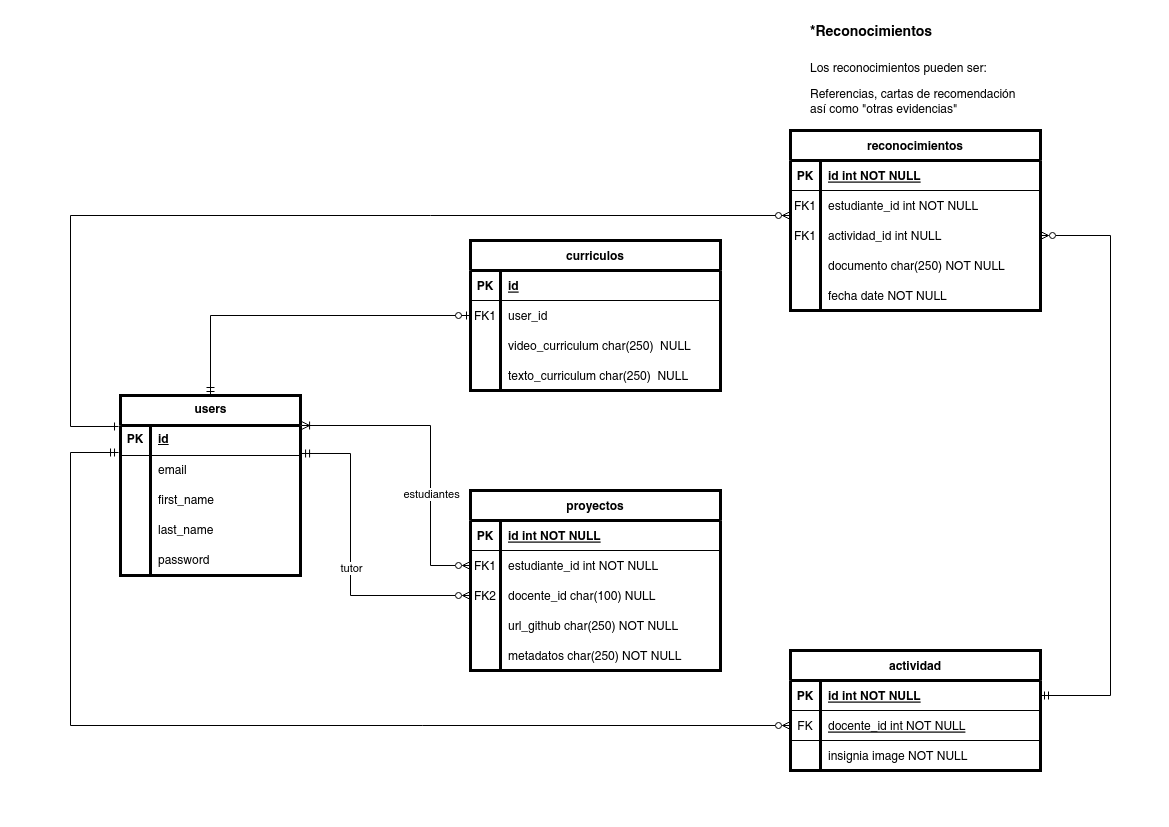
Above: documentos/marcapersonalFP.drawio.png in Zaidanxp/marcapersonalFP_REA (draw.io), before the change. Source tidied: cells renumbered, new cells last; positions are measured from the earlier drawing's top-left corner, leaving out a move shared by most shapes.
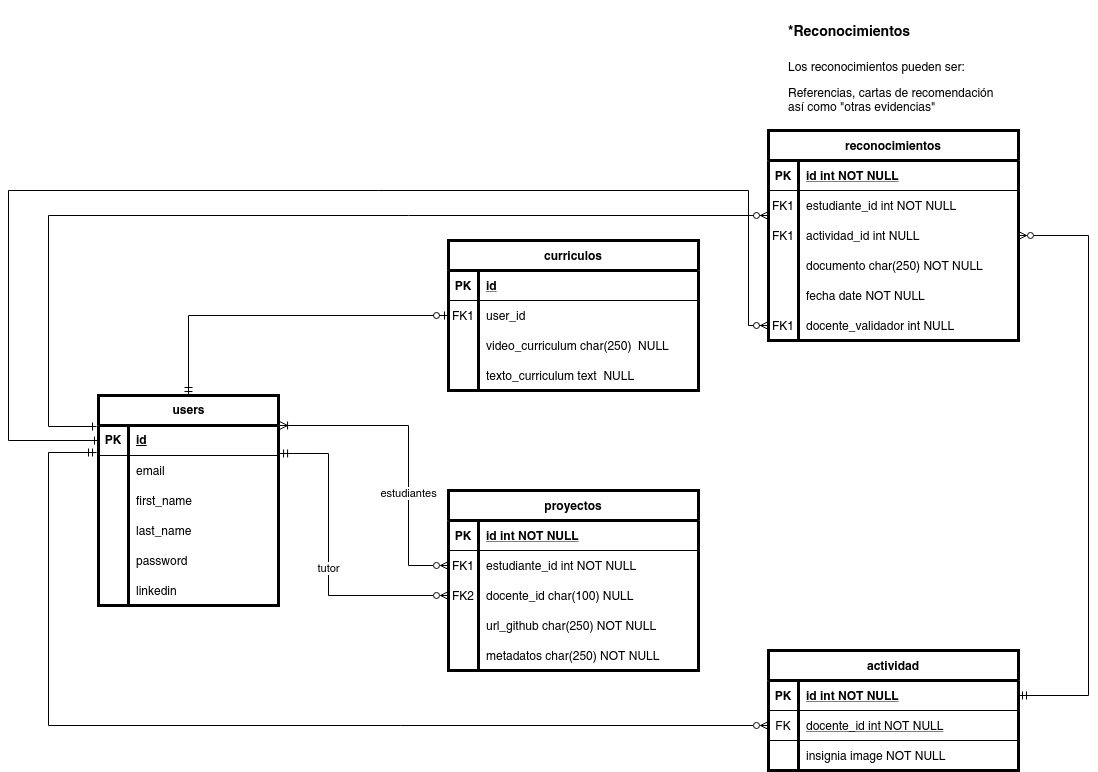
The same diagram one commit later.

Commit message:
Actualizando diagramas de clase y de bases de datos

What changed in the source:
```diff
@@ -19,7 +19,7 @@
       </mxGeometry>
     </mxCell>
     <mxCell id="4" value="reconocimientos" style="shape=table;startSize=30;rowLines=0;fontStyle=1;align=center;strokeWidth=3;" parent="1" vertex="1">
-      <mxGeometry x="720" y="120" width="250" height="180" as="geometry" />
+      <mxGeometry x="720" y="120" width="250" height="210" as="geometry" />
     </mxCell>
     <mxCell id="5" style="shape=partialRectangle;fillColor=none;top=0;left=0;right=0;bottom=1;" parent="4" vertex="1">
       <mxGeometry y="30" width="250" height="30" as="geometry" />
@@ -66,6 +66,15 @@
     <mxCell id="19" value="fecha date NOT NULL" style="shape=partialRectangle;overflow=hidden;fillColor=none;top=0;left=0;bottom=0;right=0;align=left;spacingLeft=6;" parent="17" vertex="1">
       <mxGeometry x="30" width="220" height="30" as="geometry" />
     </mxCell>
+    <mxCell id="82" style="shape=partialRectangle;fillColor=none;points=[[0,0.5],[1,0.5]];portConstraint=eastwest;top=0;left=0;right=0;bottom=0;" parent="4" vertex="1">
+      <mxGeometry y="180" width="250" height="30" as="geometry" />
+    </mxCell>
+    <mxCell id="83" value="FK1" style="shape=partialRectangle;overflow=hidden;fillColor=none;top=0;left=0;bottom=0;right=0;" parent="82" vertex="1">
+      <mxGeometry width="30" height="30" as="geometry" />
+    </mxCell>
+    <mxCell id="84" value="docente_validador int NULL" style="shape=partialRectangle;overflow=hidden;fillColor=none;top=0;left=0;bottom=0;right=0;align=left;spacingLeft=6;" parent="82" vertex="1">
+      <mxGeometry x="30" width="220" height="30" as="geometry" />
+    </mxCell>
     <mxCell id="20" value="actividad" style="shape=table;startSize=30;rowLines=0;fontStyle=1;align=center;strokeWidth=3;" parent="1" vertex="1">
       <mxGeometry x="720" y="640" width="250" height="120" as="geometry" />
     </mxCell>
@@ -132,7 +141,7 @@
     <mxCell id="41" style="shape=partialRectangle;overflow=hidden;fillColor=none;top=0;left=0;bottom=0;right=0;" parent="40" vertex="1">
       <mxGeometry width="30" height="30" as="geometry" />
     </mxCell>
-    <mxCell id="42" value="texto_curriculum char(250)  NULL" style="shape=partialRectangle;overflow=hidden;fillColor=none;top=0;left=0;bottom=0;right=0;align=left;spacingLeft=6;" parent="40" vertex="1">
+    <mxCell id="42" value="texto_curriculum text  NULL" style="shape=partialRectangle;overflow=hidden;fillColor=none;top=0;left=0;bottom=0;right=0;align=left;spacingLeft=6;" parent="40" vertex="1">
       <mxGeometry x="30" width="220" height="30" as="geometry" />
     </mxCell>
     <mxCell id="43" style="edgeStyle=orthogonalEdgeStyle;rounded=0;jettySize=auto;html=1;exitX=0;exitY=0.5;exitDx=0;exitDy=0;entryX=-0.011;entryY=-0.1;entryDx=0;entryDy=0;startArrow=ERzeroToMany;startFill=0;endArrow=ERmandOne;endFill=0;entryPerimeter=0;" parent="1" edge="1" source="24" target="69">
@@ -221,7 +230,7 @@
       </mxGeometry>
     </mxCell>
     <mxCell id="65" value="users" style="shape=table;startSize=30;rowLines=0;fontStyle=1;align=center;html=1;strokeWidth=3;" parent="1" vertex="1">
-      <mxGeometry x="50" y="385" width="180" height="180" as="geometry" />
+      <mxGeometry x="50" y="385" width="180" height="210" as="geometry" />
     </mxCell>
     <mxCell id="66" style="shape=tableRow;horizontal=0;startSize=0;swimlaneHead=0;swimlaneBody=0;fillColor=none;points=[[0,0.5],[1,0.5]];portConstraint=eastwest;top=0;left=0;right=0;bottom=1;" parent="65" vertex="1">
       <mxGeometry y="30" width="180" height="30" as="geometry" />
@@ -268,8 +277,28 @@
     <mxCell id="80" value="password" style="shape=partialRectangle;fillColor=none;top=0;left=0;bottom=0;right=0;align=left;spacingLeft=6;overflow=hidden;whiteSpace=wrap;html=1;" parent="78" vertex="1">
       <mxGeometry x="30" width="150" height="30" as="geometry" />
     </mxCell>
+    <mxCell id="85" style="shape=tableRow;horizontal=0;startSize=0;swimlaneHead=0;swimlaneBody=0;fillColor=none;top=0;left=0;right=0;bottom=0;" parent="65" vertex="1">
+      <mxGeometry y="180" width="180" height="30" as="geometry" />
+    </mxCell>
+    <mxCell id="86" style="shape=partialRectangle;fillColor=none;top=0;left=0;bottom=0;right=0;overflow=hidden;whiteSpace=wrap;html=1;" parent="85" vertex="1">
+      <mxGeometry width="30" height="30" as="geometry" />
+    </mxCell>
+    <mxCell id="87" value="linkedin" style="shape=partialRectangle;fillColor=none;top=0;left=0;bottom=0;right=0;align=left;spacingLeft=6;overflow=hidden;whiteSpace=wrap;html=1;" parent="85" vertex="1">
+      <mxGeometry x="30" width="150" height="30" as="geometry" />
+    </mxCell>
     <mxCell id="81" style="edgeStyle=orthogonalEdgeStyle;fontSize=12;html=1;endArrow=ERzeroToOne;startArrow=ERmandOne;rounded=0;entryX=0;entryY=0.5;entryDx=0;entryDy=0;exitX=0.5;exitY=0;exitDx=0;exitDy=0;" parent="1" edge="1" source="65" target="34">
       <mxGeometry relative="1" as="geometry" />
     </mxCell>
+    <mxCell id="88" style="endArrow=ERzeroToMany;startArrow=ERone;endFill=1;startFill=0;edgeStyle=orthogonalEdgeStyle;rounded=0;entryX=0;entryY=0.5;entryDx=0;entryDy=0;" parent="1" edge="1" target="82">
+      <mxGeometry relative="1" as="geometry">
+        <mxPoint x="50" y="430" as="sourcePoint" />
+        <Array as="points">
+          <mxPoint x="-40" y="430" />
+          <mxPoint x="-40" y="180" />
+          <mxPoint x="700" y="180" />
+          <mxPoint x="700" y="315" />
+        </Array>
+      </mxGeometry>
+    </mxCell>
   </root>
 </mxGraphModel>
```
